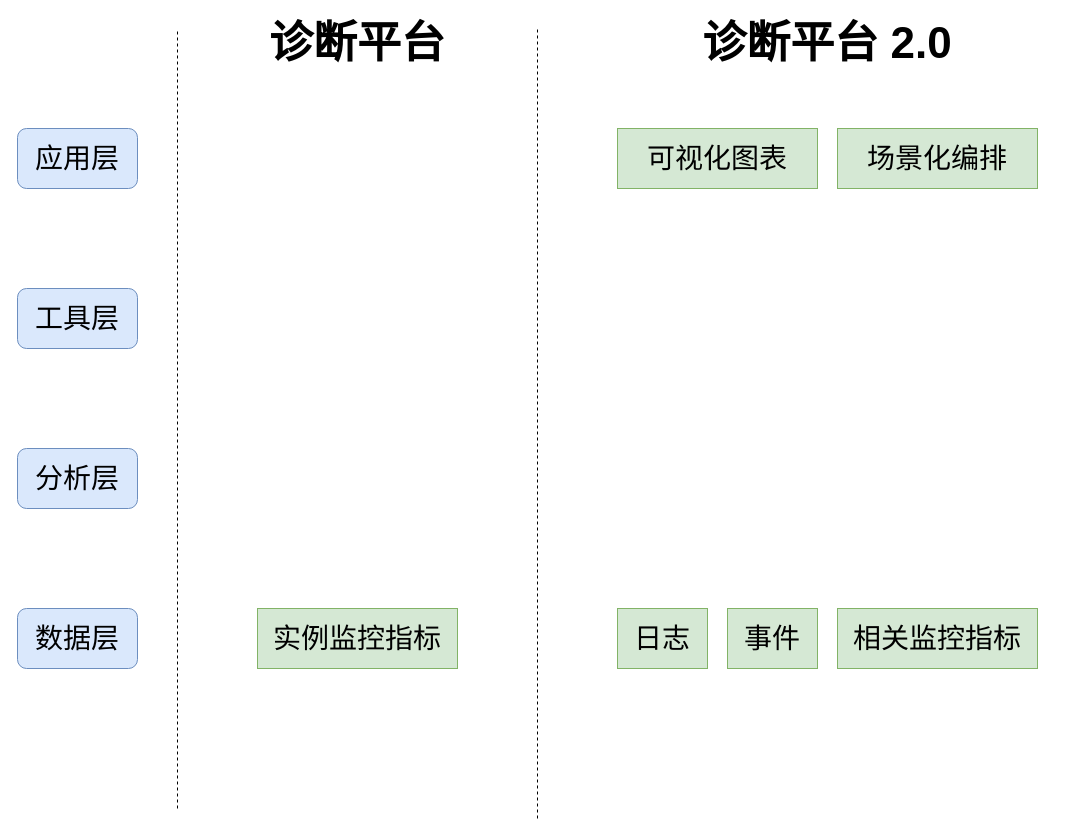
Above: telescope演进路线.drawio in TheAriaYang/LynnnnnnnYang.github.io (draw.io), before the change. Source tidied: cells renumbered, new cells numbered last; positions are measured from the earlier drawing's top-left corner, leaving out a move shared by most shapes. Both pictures are drawn from the tidied source at 100%, with x=0, y=0 at pixel (17, 28).
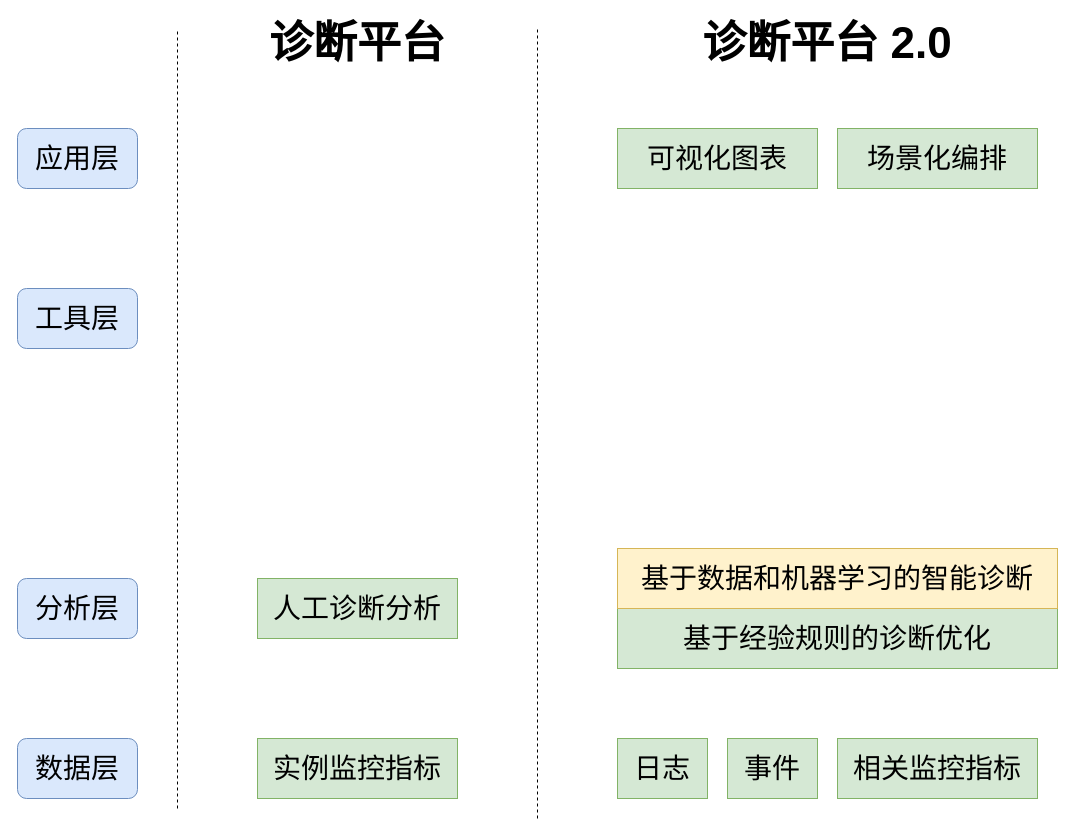
Above is the later version.

Commit message (it also covers changes not shown here):
更新telescope演进路线.drawio

What changed in the source:
```diff
@@
     <mxCell id="4" value="&lt;font style=&quot;font-size: 28px;&quot;&gt;分析层&lt;/font&gt;" style="rounded=1;whiteSpace=wrap;html=1;fillColor=#dae8fc;strokeColor=#6c8ebf;" parent="1" vertex="1">
-      <mxGeometry y="420" width="120" height="60" as="geometry" />
+      <mxGeometry y="550" width="120" height="60" as="geometry" />
     </mxCell>
     <mxCell id="5" value="&lt;font style=&quot;font-size: 28px;&quot;&gt;数据层&lt;/font&gt;" style="rounded=1;whiteSpace=wrap;html=1;fillColor=#dae8fc;strokeColor=#6c8ebf;" parent="1" vertex="1">
-      <mxGeometry y="580" width="120" height="60" as="geometry" />
+      <mxGeometry y="710" width="120" height="60" as="geometry" />
     </mxCell>
@@
     <mxCell id="10" value="&lt;font style=&quot;font-size: 28px;&quot;&gt;实例监控指标&lt;/font&gt;" style="rounded=0;whiteSpace=wrap;html=1;fillColor=#d5e8d4;strokeColor=#82b366;" parent="1" vertex="1">
-      <mxGeometry x="240" y="580" width="200" height="60" as="geometry" />
+      <mxGeometry x="240" y="710" width="200" height="60" as="geometry" />
     </mxCell>
     <mxCell id="11" value="&lt;font style=&quot;font-size: 28px;&quot;&gt;日志&lt;/font&gt;" style="rounded=0;whiteSpace=wrap;html=1;fillColor=#d5e8d4;strokeColor=#82b366;" parent="1" vertex="1">
-      <mxGeometry x="600" y="580" width="90" height="60" as="geometry" />
+      <mxGeometry x="600" y="710" width="90" height="60" as="geometry" />
     </mxCell>
     <mxCell id="12" value="&lt;font style=&quot;font-size: 28px;&quot;&gt;事件&lt;/font&gt;" style="rounded=0;whiteSpace=wrap;html=1;fillColor=#d5e8d4;strokeColor=#82b366;" parent="1" vertex="1">
-      <mxGeometry x="710" y="580" width="90" height="60" as="geometry" />
+      <mxGeometry x="710" y="710" width="90" height="60" as="geometry" />
     </mxCell>
     <mxCell id="13" value="&lt;font style=&quot;font-size: 28px;&quot;&gt;相关监控指标&lt;/font&gt;" style="rounded=0;whiteSpace=wrap;html=1;fillColor=#d5e8d4;strokeColor=#82b366;" parent="1" vertex="1">
-      <mxGeometry x="820" y="580" width="200" height="60" as="geometry" />
+      <mxGeometry x="820" y="710" width="200" height="60" as="geometry" />
     </mxCell>
@@
+    <mxCell id="16" value="&lt;span style=&quot;font-size: 28px;&quot;&gt;人工诊断分析&lt;/span&gt;" style="rounded=0;whiteSpace=wrap;html=1;fillColor=#d5e8d4;strokeColor=#82b366;" parent="1" vertex="1">
+      <mxGeometry x="240" y="550" width="200" height="60" as="geometry" />
+    </mxCell>
+    <mxCell id="17" value="&lt;span style=&quot;font-size: 28px;&quot;&gt;基于经验规则的诊断优化&lt;/span&gt;" style="rounded=0;whiteSpace=wrap;html=1;fillColor=#d5e8d4;strokeColor=#82b366;" parent="1" vertex="1">
+      <mxGeometry x="600" y="580" width="440" height="60" as="geometry" />
+    </mxCell>
+    <mxCell id="18" value="&lt;span style=&quot;font-size: 28px;&quot;&gt;基于数据和机器学习的智能诊断&lt;/span&gt;" style="rounded=0;whiteSpace=wrap;html=1;fillColor=#fff2cc;strokeColor=#d6b656;" parent="1" vertex="1">
+      <mxGeometry x="600" y="520" width="440" height="60" as="geometry" />
+    </mxCell>
```
